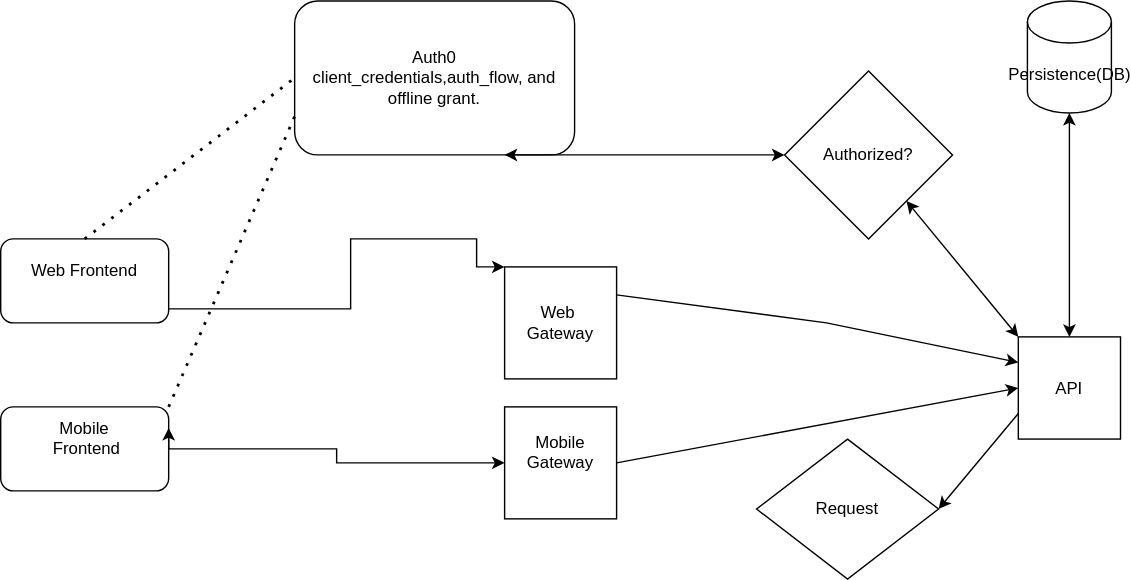
Before: src/user_role.drawio.svg, a diagram exported from draw.io (donprolad/sochub-test-backend). Source tidied: cells renumbered, new cells last; positions are measured from the earlier drawing's top-left corner, leaving out a move shared by most shapes.
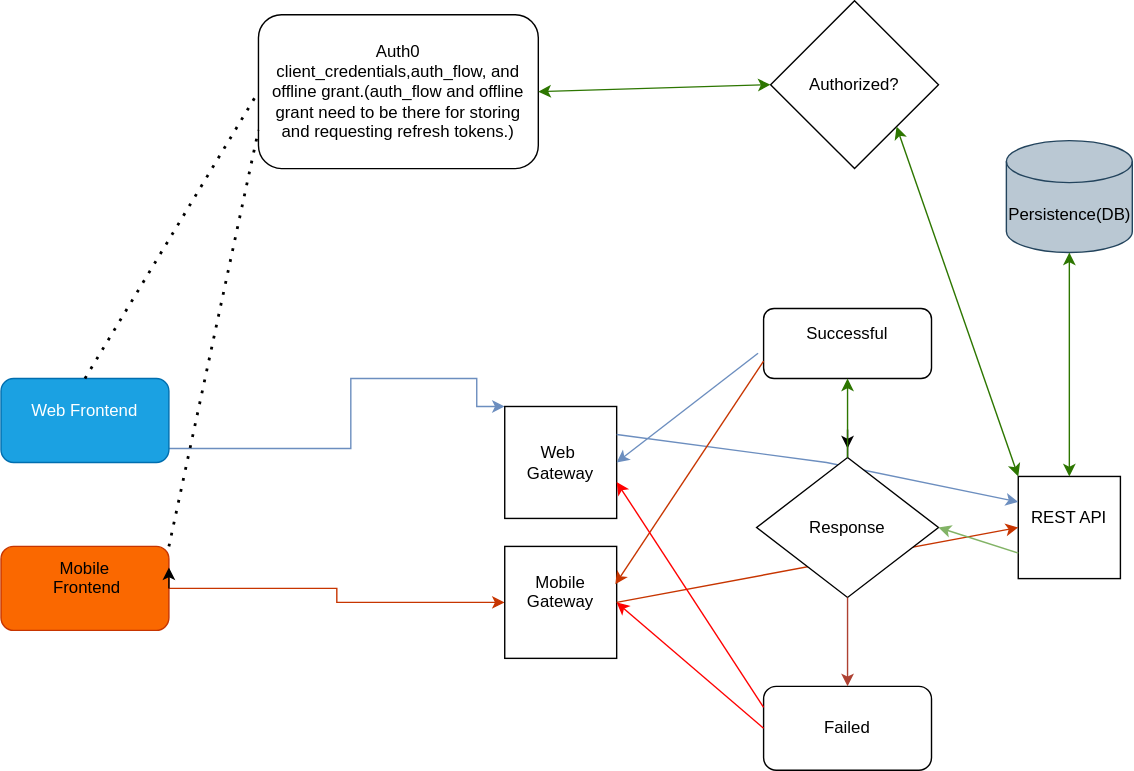
Later version of the same file.

What changed in the source:
```diff
@@ -2,19 +2,19 @@
   <root>
     <mxCell id="0" />
     <mxCell id="1" parent="0" />
-    <mxCell id="2" value="Auth0&lt;div&gt;client_credentials,auth_flow, and offline grant.&lt;/div&gt;" style="rounded=1;whiteSpace=wrap;html=1;" parent="1" vertex="1">
-      <mxGeometry x="210" width="200" height="110" as="geometry" />
+    <mxCell id="2" value="Auth0&lt;div&gt;client_credentials,auth_flow, and offline grant.(auth_flow and offline grant need to be there for storing and requesting refresh tokens.)&lt;/div&gt;" style="rounded=1;whiteSpace=wrap;html=1;" parent="1" vertex="1">
+      <mxGeometry x="184" y="-90" width="200" height="110" as="geometry" />
     </mxCell>
     <mxCell id="3" value="Authorized?" style="rhombus;whiteSpace=wrap;html=1;" parent="1" vertex="1">
-      <mxGeometry x="560" y="50" width="120" height="120" as="geometry" />
+      <mxGeometry x="550" y="-100" width="120" height="120" as="geometry" />
     </mxCell>
-    <mxCell id="4" style="endArrow=classic;startArrow=classic;html=1;rounded=0;entryX=0;entryY=0.5;entryDx=0;entryDy=0;exitX=0.75;exitY=1;exitDx=0;exitDy=0;" parent="1" edge="1" source="2" target="3">
+    <mxCell id="4" style="endArrow=classic;startArrow=classic;html=1;rounded=0;entryX=0;entryY=0.5;entryDx=0;entryDy=0;fillColor=#60a917;strokeColor=#2D7600;exitX=1;exitY=0.5;exitDx=0;exitDy=0;" parent="1" edge="1" source="2" target="3">
       <mxGeometry relative="1" as="geometry" />
     </mxCell>
-    <mxCell id="5" value="Persistence(DB)" style="shape=cylinder3;whiteSpace=wrap;html=1;boundedLbl=1;backgroundOutline=1;size=15;" parent="1" vertex="1">
-      <mxGeometry x="733.5" width="60" height="80" as="geometry" />
+    <mxCell id="5" value="Persistence(DB)" style="shape=cylinder3;whiteSpace=wrap;html=1;boundedLbl=1;backgroundOutline=1;size=15;fillColor=#bac8d3;strokeColor=#23445d;" parent="1" vertex="1">
+      <mxGeometry x="718.5" width="90" height="80" as="geometry" />
     </mxCell>
-    <mxCell id="6" style="edgeStyle=orthogonalEdgeStyle;rounded=0;jettySize=auto;html=1;entryX=0;entryY=0;entryDx=0;entryDy=0;" parent="1" edge="1" source="7" target="11">
+    <mxCell id="6" style="edgeStyle=orthogonalEdgeStyle;rounded=0;jettySize=auto;html=1;entryX=0;entryY=0;entryDx=0;entryDy=0;fillColor=#dae8fc;strokeColor=#6c8ebf;" parent="1" edge="1" source="7" target="11">
       <mxGeometry relative="1" as="geometry">
         <Array as="points">
           <mxPoint x="250" y="220" />
@@ -24,16 +24,16 @@
         </Array>
       </mxGeometry>
     </mxCell>
-    <mxCell id="7" value="Web Frontend&lt;div&gt;&lt;br&gt;&lt;/div&gt;" style="rounded=1;whiteSpace=wrap;html=1;" parent="1" vertex="1">
+    <mxCell id="7" value="Web Frontend&lt;div&gt;&lt;br&gt;&lt;/div&gt;" style="rounded=1;whiteSpace=wrap;html=1;fillColor=#1ba1e2;fontColor=#ffffff;strokeColor=#006EAF;" parent="1" vertex="1">
       <mxGeometry y="170" width="120" height="60" as="geometry" />
     </mxCell>
-    <mxCell id="8" style="edgeStyle=orthogonalEdgeStyle;rounded=0;jettySize=auto;html=1;entryX=0;entryY=0.5;entryDx=0;entryDy=0;" parent="1" edge="1" source="9" target="16">
+    <mxCell id="8" style="edgeStyle=orthogonalEdgeStyle;rounded=0;jettySize=auto;html=1;entryX=0;entryY=0.5;entryDx=0;entryDy=0;fillColor=#fa6800;strokeColor=#C73500;" parent="1" edge="1" source="9" target="16">
       <mxGeometry relative="1" as="geometry" />
     </mxCell>
-    <mxCell id="9" value="Mobile&lt;div&gt;&amp;nbsp;Frontend&lt;div&gt;&lt;br&gt;&lt;/div&gt;&lt;/div&gt;" style="rounded=1;whiteSpace=wrap;html=1;" parent="1" vertex="1">
+    <mxCell id="9" value="Mobile&lt;div&gt;&amp;nbsp;Frontend&lt;div&gt;&lt;br&gt;&lt;/div&gt;&lt;/div&gt;" style="rounded=1;whiteSpace=wrap;html=1;fillColor=#fa6800;fontColor=#000000;strokeColor=#C73500;" parent="1" vertex="1">
       <mxGeometry y="290" width="120" height="60" as="geometry" />
     </mxCell>
-    <mxCell id="10" value="API" style="whiteSpace=wrap;html=1;" parent="1" vertex="1">
+    <mxCell id="10" value="REST API&lt;div&gt;&lt;br&gt;&lt;/div&gt;" style="whiteSpace=wrap;html=1;" parent="1" vertex="1">
       <mxGeometry x="727" y="240" width="73" height="73" as="geometry" />
     </mxCell>
     <mxCell id="11" value="Web&amp;nbsp;&lt;div&gt;Gateway&lt;/div&gt;" style="whiteSpace=wrap;html=1;" parent="1" vertex="1">
@@ -48,30 +48,59 @@
     <mxCell id="14" style="endArrow=none;dashed=1;html=1;dashPattern=1 3;strokeWidth=2;rounded=0;exitX=1;exitY=0;exitDx=0;exitDy=0;entryX=0;entryY=0.75;entryDx=0;entryDy=0;" parent="1" edge="1" source="9" target="2">
       <mxGeometry relative="1" as="geometry" />
     </mxCell>
-    <mxCell id="15" style="endArrow=classic;startArrow=classic;html=1;rounded=0;entryX=0;entryY=0;entryDx=0;entryDy=0;" parent="1" edge="1" source="3" target="10">
+    <mxCell id="15" style="endArrow=classic;startArrow=classic;html=1;rounded=0;entryX=0;entryY=0;entryDx=0;entryDy=0;fillColor=#60a917;strokeColor=#2D7600;exitX=1;exitY=1;exitDx=0;exitDy=0;" parent="1" edge="1" source="3" target="10">
       <mxGeometry relative="1" as="geometry" />
     </mxCell>
     <mxCell id="16" value="Mobile Gateway&lt;div&gt;&lt;br&gt;&lt;/div&gt;" style="whiteSpace=wrap;html=1;" parent="1" vertex="1">
       <mxGeometry x="360" y="290" width="80" height="80" as="geometry" />
     </mxCell>
-    <mxCell id="17" style="endArrow=classic;startArrow=classic;html=1;rounded=0;entryX=0.5;entryY=1;entryDx=0;entryDy=0;entryPerimeter=0;exitX=0.5;exitY=0;exitDx=0;exitDy=0;" parent="1" edge="1" source="10" target="5">
+    <mxCell id="17" style="endArrow=classic;startArrow=classic;html=1;rounded=0;entryX=0.5;entryY=1;entryDx=0;entryDy=0;entryPerimeter=0;exitX=0.5;exitY=0;exitDx=0;exitDy=0;fillColor=#60a917;strokeColor=#2D7600;" parent="1" edge="1" source="10" target="5">
       <mxGeometry relative="1" as="geometry" />
     </mxCell>
-    <mxCell id="18" style="endArrow=classic;html=1;rounded=0;exitX=1;exitY=0.25;exitDx=0;exitDy=0;entryX=0;entryY=0.25;entryDx=0;entryDy=0;" parent="1" edge="1" source="11" target="10">
+    <mxCell id="18" style="endArrow=classic;html=1;rounded=0;exitX=1;exitY=0.25;exitDx=0;exitDy=0;entryX=0;entryY=0.25;entryDx=0;entryDy=0;fillColor=#dae8fc;strokeColor=#6c8ebf;" parent="1" edge="1" source="11" target="10">
       <mxGeometry relative="1" as="geometry">
         <Array as="points">
           <mxPoint x="590" y="230" />
         </Array>
       </mxGeometry>
     </mxCell>
-    <mxCell id="19" style="endArrow=classic;html=1;rounded=0;entryX=0;entryY=0.5;entryDx=0;entryDy=0;exitX=1;exitY=0.5;exitDx=0;exitDy=0;" parent="1" edge="1" source="16" target="10">
+    <mxCell id="19" style="endArrow=classic;html=1;rounded=0;entryX=0;entryY=0.5;entryDx=0;entryDy=0;exitX=1;exitY=0.5;exitDx=0;exitDy=0;fillColor=#fa6800;strokeColor=#C73500;" parent="1" edge="1" source="16" target="10">
       <mxGeometry relative="1" as="geometry" />
     </mxCell>
+    <mxCell id="22" style="edgeStyle=orthogonalEdgeStyle;rounded=0;jettySize=auto;html=1;" parent="1" edge="1" source="20">
+      <mxGeometry relative="1" as="geometry">
+        <mxPoint x="605" y="220" as="targetPoint" />
+      </mxGeometry>
+    </mxCell>
-    <mxCell id="20" value="&lt;div&gt;Request&lt;/div&gt;" style="rhombus;whiteSpace=wrap;html=1;" parent="1" vertex="1">
-      <mxGeometry x="540" y="313" width="130" height="100" as="geometry" />
+    <mxCell id="20" value="&lt;div&gt;Resp&lt;span style=&quot;background-color: initial;&quot;&gt;onse&lt;/span&gt;&lt;/div&gt;" style="rhombus;whiteSpace=wrap;html=1;" parent="1" vertex="1">
+      <mxGeometry x="540" y="226.5" width="130" height="100" as="geometry" />
     </mxCell>
-    <mxCell id="21" style="endArrow=classic;html=1;rounded=0;exitX=0;exitY=0.75;exitDx=0;exitDy=0;entryX=1;entryY=0.5;entryDx=0;entryDy=0;" parent="1" edge="1" source="10" target="20">
+    <mxCell id="21" style="endArrow=classic;html=1;rounded=0;exitX=0;exitY=0.75;exitDx=0;exitDy=0;entryX=1;entryY=0.5;entryDx=0;entryDy=0;fillColor=#d5e8d4;gradientColor=#97d077;strokeColor=#82b366;" parent="1" edge="1" source="10" target="20">
       <mxGeometry relative="1" as="geometry" />
     </mxCell>
+    <mxCell id="23" value="Successful&lt;div&gt;&lt;br&gt;&lt;/div&gt;" style="rounded=1;whiteSpace=wrap;html=1;" parent="1" vertex="1">
+      <mxGeometry x="545" y="120" width="120" height="50" as="geometry" />
+    </mxCell>
+    <mxCell id="24" style="endArrow=classic;html=1;rounded=0;entryX=0.5;entryY=1;entryDx=0;entryDy=0;exitX=0.5;exitY=0;exitDx=0;exitDy=0;fillColor=#60a917;strokeColor=#2D7600;" parent="1" edge="1" source="20" target="23">
+      <mxGeometry relative="1" as="geometry" />
+    </mxCell>
+    <mxCell id="25" style="endArrow=classic;html=1;rounded=0;exitX=-0.033;exitY=0.64;exitDx=0;exitDy=0;exitPerimeter=0;entryX=1;entryY=0.5;entryDx=0;entryDy=0;fillColor=#dae8fc;strokeColor=#6c8ebf;" parent="1" edge="1" source="23" target="11">
+      <mxGeometry relative="1" as="geometry" />
+    </mxCell>
+    <mxCell id="26" style="endArrow=classic;html=1;rounded=0;exitX=0;exitY=0.75;exitDx=0;exitDy=0;entryX=0.988;entryY=0.338;entryDx=0;entryDy=0;entryPerimeter=0;fillColor=#fa6800;strokeColor=#C73500;" parent="1" edge="1" source="23" target="16">
+      <mxGeometry relative="1" as="geometry" />
+    </mxCell>
+    <mxCell id="27" value="Failed" style="rounded=1;whiteSpace=wrap;html=1;" parent="1" vertex="1">
+      <mxGeometry x="545" y="390" width="120" height="60" as="geometry" />
+    </mxCell>
+    <mxCell id="28" style="endArrow=classic;html=1;rounded=0;entryX=0.5;entryY=0;entryDx=0;entryDy=0;exitX=0.5;exitY=1;exitDx=0;exitDy=0;fillColor=#fad9d5;strokeColor=#ae4132;" parent="1" edge="1" source="20" target="27">
+      <mxGeometry relative="1" as="geometry" />
+    </mxCell>
+    <mxCell id="29" style="endArrow=classic;html=1;rounded=0;exitX=0;exitY=0.25;exitDx=0;exitDy=0;entryX=1;entryY=0.675;entryDx=0;entryDy=0;entryPerimeter=0;fillColor=#fad9d5;strokeColor=#FF0000;" parent="1" edge="1" source="27" target="11">
+      <mxGeometry relative="1" as="geometry" />
+    </mxCell>
+    <mxCell id="30" style="endArrow=classic;html=1;rounded=0;exitX=0;exitY=0.5;exitDx=0;exitDy=0;entryX=1;entryY=0.5;entryDx=0;entryDy=0;fillColor=#fad9d5;strokeColor=#FF0000;" parent="1" edge="1" source="27" target="16">
+      <mxGeometry relative="1" as="geometry" />
+    </mxCell>
   </root>
 </mxGraphModel>
```
